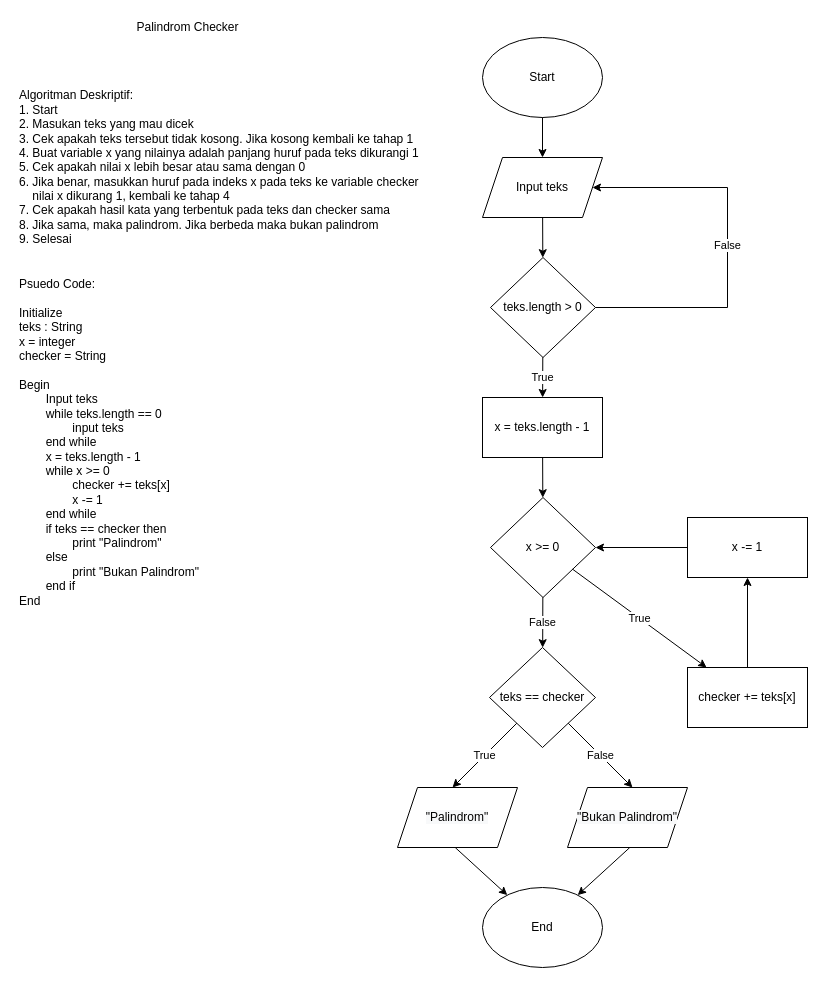
The draw.io diagram palindrom.drawio in 7shiroi/fw5-algoritma, before the edit. Source tidied: cells renumbered, new cells numbered last; positions are measured from the earlier drawing's top-left corner, leaving out a move shared by most shapes. Both pictures are drawn from the tidied source at 100%, with x=0, y=0 at pixel (17, 17).
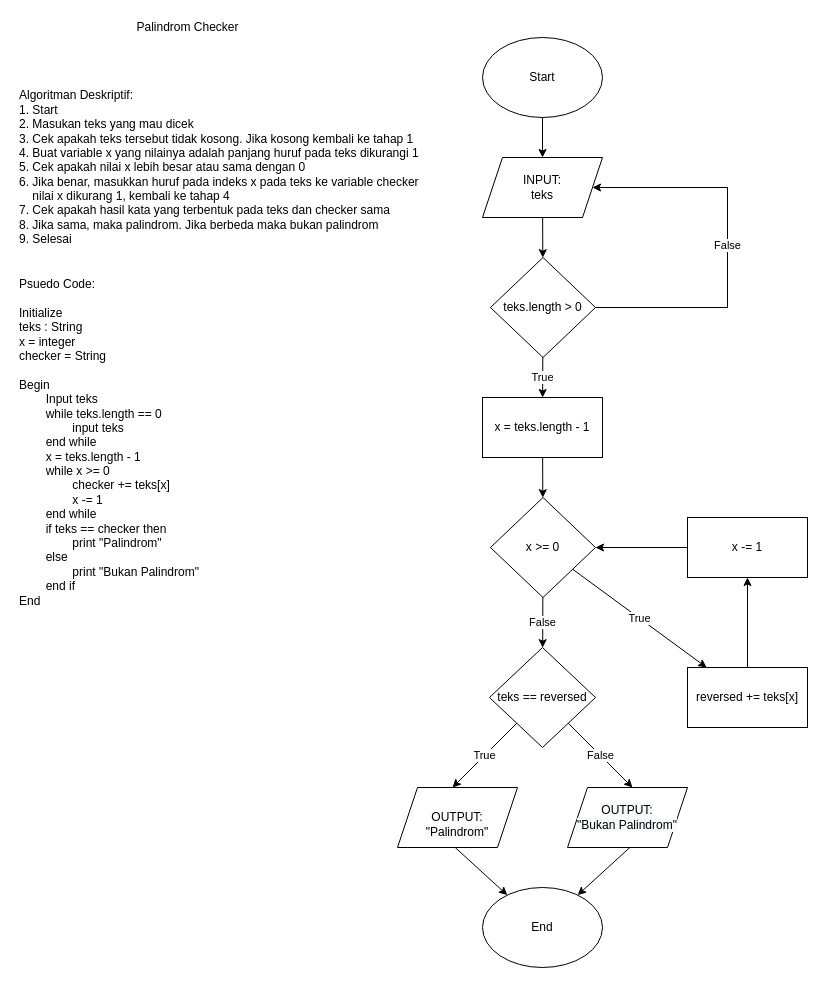
The same page after the edit.

Commit message (it also covers changes not shown here):
update after presentation

Diff of the diagram source:
```diff
@@
-    <mxCell id="4" value="Input teks" style="shape=parallelogram;perimeter=parallelogramPerimeter;whiteSpace=wrap;html=1;fixedSize=1;" parent="1" vertex="1">
+    <mxCell id="4" value="INPUT:&lt;br&gt;teks" style="shape=parallelogram;perimeter=parallelogramPerimeter;whiteSpace=wrap;html=1;fixedSize=1;" parent="1" vertex="1">
       <mxGeometry x="465" y="140" width="120" height="60" as="geometry" />
     </mxCell>
@@
-    <mxCell id="13" value="checker += teks[x]" style="rounded=0;whiteSpace=wrap;html=1;" parent="1" vertex="1">
+    <mxCell id="13" value="reversed += teks[x]" style="rounded=0;whiteSpace=wrap;html=1;" parent="1" vertex="1">
       <mxGeometry x="670" y="650" width="120" height="60" as="geometry" />
     </mxCell>
@@
-    <mxCell id="20" value="teks == checker" style="rhombus;whiteSpace=wrap;html=1;" parent="1" vertex="1">
+    <mxCell id="20" value="teks == reversed" style="rhombus;whiteSpace=wrap;html=1;" parent="1" vertex="1">
       <mxGeometry x="472" y="630" width="106" height="100" as="geometry" />
     </mxCell>
@@
-    <mxCell id="28" value="&#10;&#10;&lt;span style=&quot;color: rgb(0, 0, 0); font-family: helvetica; font-size: 12px; font-style: normal; font-weight: 400; letter-spacing: normal; text-align: center; text-indent: 0px; text-transform: none; word-spacing: 0px; background-color: rgb(248, 249, 250); display: inline; float: none;&quot;&gt;&quot;Palindrom&quot;&lt;/span&gt;&#10;&#10;" style="shape=parallelogram;perimeter=parallelogramPerimeter;whiteSpace=wrap;html=1;fixedSize=1;" parent="1" vertex="1">
+    <mxCell id="28" value="&lt;br&gt;OUTPUT:&lt;br&gt;&lt;span style=&quot;color: rgb(0 , 0 , 0) ; font-family: &amp;#34;helvetica&amp;#34; ; font-size: 12px ; font-style: normal ; font-weight: 400 ; letter-spacing: normal ; text-align: center ; text-indent: 0px ; text-transform: none ; word-spacing: 0px ; background-color: rgb(248 , 249 , 250) ; display: inline ; float: none&quot;&gt;&quot;Palindrom&quot;&lt;/span&gt;&lt;br&gt;" style="shape=parallelogram;perimeter=parallelogramPerimeter;whiteSpace=wrap;html=1;fixedSize=1;" parent="1" vertex="1">
       <mxGeometry x="380" y="770" width="120" height="60" as="geometry" />
     </mxCell>
-    <mxCell id="29" value="&lt;span style=&quot;color: rgb(0 , 0 , 0) ; font-family: &amp;#34;helvetica&amp;#34; ; font-size: 12px ; font-style: normal ; font-weight: 400 ; letter-spacing: normal ; text-align: center ; text-indent: 0px ; text-transform: none ; word-spacing: 0px ; background-color: rgb(248 , 249 , 250) ; display: inline ; float: none&quot;&gt;&quot;Bukan Palindrom&quot;&lt;/span&gt;" style="shape=parallelogram;perimeter=parallelogramPerimeter;whiteSpace=wrap;html=1;fixedSize=1;" parent="1" vertex="1">
+    <mxCell id="29" value="&lt;span style=&quot;color: rgb(0 , 0 , 0) ; font-family: &amp;#34;helvetica&amp;#34; ; font-size: 12px ; font-style: normal ; font-weight: 400 ; letter-spacing: normal ; text-align: center ; text-indent: 0px ; text-transform: none ; word-spacing: 0px ; background-color: rgb(248 , 249 , 250) ; display: inline ; float: none&quot;&gt;OUTPUT:&lt;br&gt;&quot;Bukan Palindrom&quot;&lt;/span&gt;" style="shape=parallelogram;perimeter=parallelogramPerimeter;whiteSpace=wrap;html=1;fixedSize=1;" parent="1" vertex="1">
       <mxGeometry x="550" y="770" width="120" height="60" as="geometry" />
     </mxCell>
```
